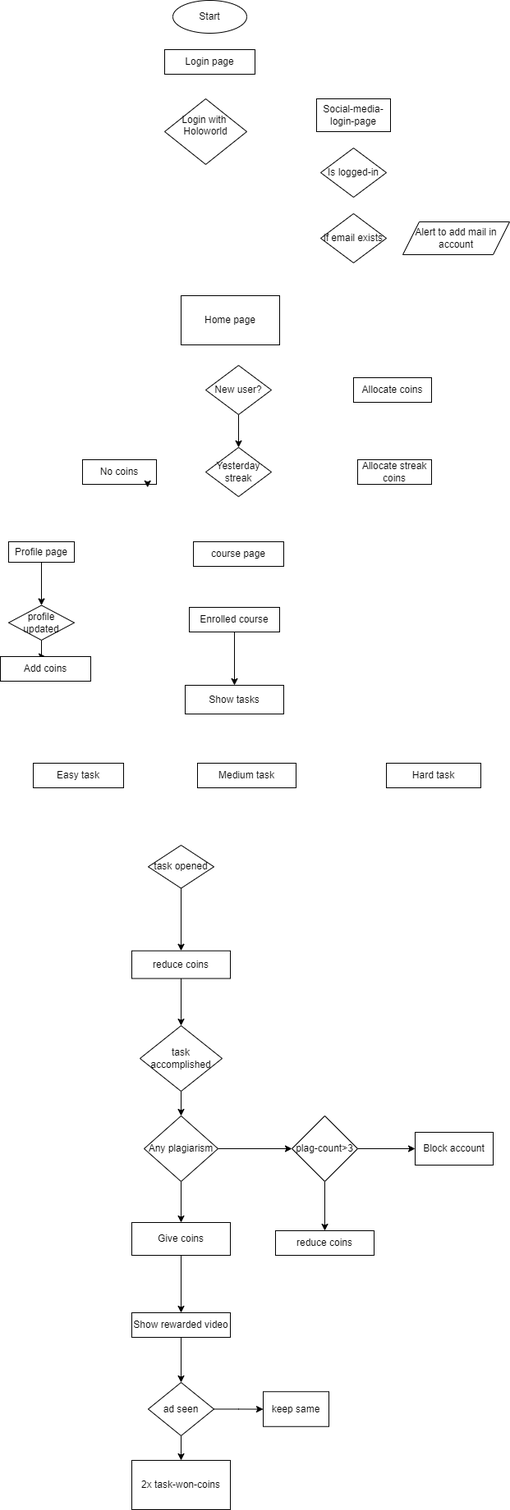
Earlier version of the draw.io export public/Coin-flow-chart.drawio.png (karthiksatish159/googleads). Source tidied: cells renumbered, new cells last; positions are measured from the earlier drawing's top-left corner, leaving out a move shared by most shapes.
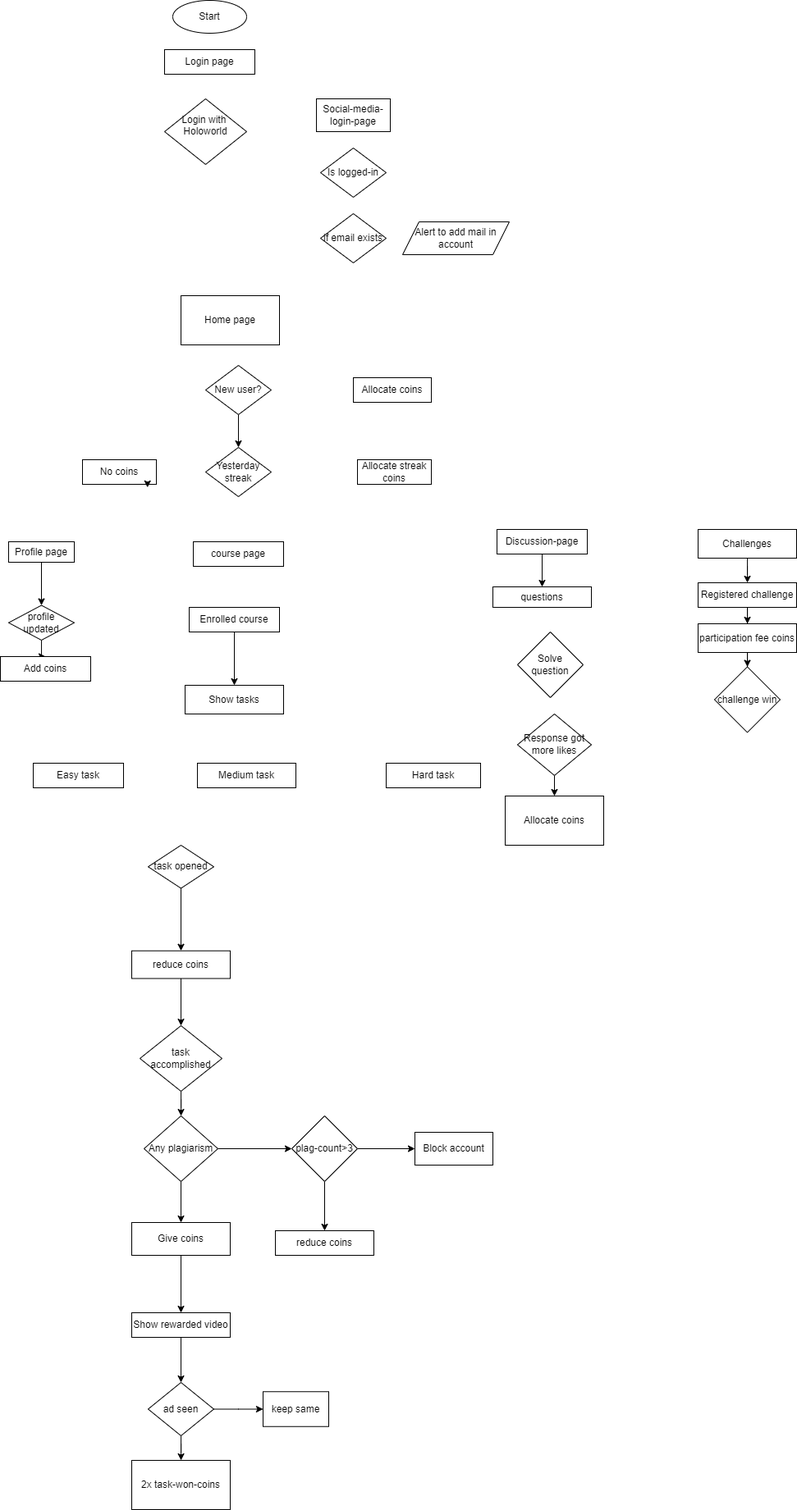
Above is the later version.

Diff of the diagram source:
```diff
@@ -152,5 +152,47 @@
     <mxCell id="51" value="Add coins" style="whiteSpace=wrap;html=1;rounded=0;" parent="1" vertex="1">
       <mxGeometry y="800" width="110" height="30" as="geometry" />
     </mxCell>
+    <mxCell id="52" style="edgeStyle=orthogonalEdgeStyle;rounded=0;jettySize=auto;html=1;" parent="1" edge="1" source="53" target="57">
+      <mxGeometry relative="1" as="geometry" />
+    </mxCell>
+    <mxCell id="53" value="Discussion-page" style="rounded=0;whiteSpace=wrap;html=1;" parent="1" vertex="1">
+      <mxGeometry x="605" y="645" width="110" height="30" as="geometry" />
+    </mxCell>
+    <mxCell id="54" style="edgeStyle=orthogonalEdgeStyle;rounded=0;jettySize=auto;html=1;" parent="1" edge="1" source="55" target="58">
+      <mxGeometry relative="1" as="geometry" />
+    </mxCell>
+    <mxCell id="55" value="Response got more likes" style="rhombus;whiteSpace=wrap;html=1;rounded=0;" parent="1" vertex="1">
+      <mxGeometry x="630" y="870" width="90" height="75" as="geometry" />
+    </mxCell>
+    <mxCell id="56" value="&lt;span style=&quot;&quot;&gt;Solve question&lt;/span&gt;" style="rhombus;whiteSpace=wrap;html=1;rounded=0;" parent="1" vertex="1">
+      <mxGeometry x="630" y="770" width="80" height="80" as="geometry" />
+    </mxCell>
+    <mxCell id="57" value="questions" style="whiteSpace=wrap;html=1;rounded=0;" parent="1" vertex="1">
+      <mxGeometry x="600" y="715" width="120" height="25" as="geometry" />
+    </mxCell>
+    <mxCell id="58" value="Allocate coins" style="whiteSpace=wrap;html=1;rounded=0;" parent="1" vertex="1">
+      <mxGeometry x="615" y="970" width="120" height="60" as="geometry" />
+    </mxCell>
+    <mxCell id="59" style="edgeStyle=orthogonalEdgeStyle;rounded=0;jettySize=auto;html=1;" parent="1" edge="1" source="60" target="62">
+      <mxGeometry relative="1" as="geometry" />
+    </mxCell>
+    <mxCell id="60" value="Challenges" style="rounded=0;whiteSpace=wrap;html=1;" parent="1" vertex="1">
+      <mxGeometry x="850" y="645" width="120" height="35" as="geometry" />
+    </mxCell>
+    <mxCell id="61" style="edgeStyle=orthogonalEdgeStyle;rounded=0;jettySize=auto;html=1;" parent="1" edge="1" source="62" target="64">
+      <mxGeometry relative="1" as="geometry" />
+    </mxCell>
+    <mxCell id="62" value="Registered challenge" style="whiteSpace=wrap;html=1;rounded=0;" parent="1" vertex="1">
+      <mxGeometry x="850" y="710" width="120" height="30" as="geometry" />
+    </mxCell>
+    <mxCell id="63" style="edgeStyle=orthogonalEdgeStyle;rounded=0;jettySize=auto;html=1;" parent="1" edge="1" source="64" target="65">
+      <mxGeometry relative="1" as="geometry" />
+    </mxCell>
+    <mxCell id="64" value="participation fee coins" style="whiteSpace=wrap;html=1;rounded=0;" parent="1" vertex="1">
+      <mxGeometry x="850" y="760" width="120" height="35" as="geometry" />
+    </mxCell>
+    <mxCell id="65" value="challenge win" style="rhombus;whiteSpace=wrap;html=1;rounded=0;" parent="1" vertex="1">
+      <mxGeometry x="870" y="812.5" width="80" height="80" as="geometry" />
+    </mxCell>
   </root>
 </mxGraphModel>
```
